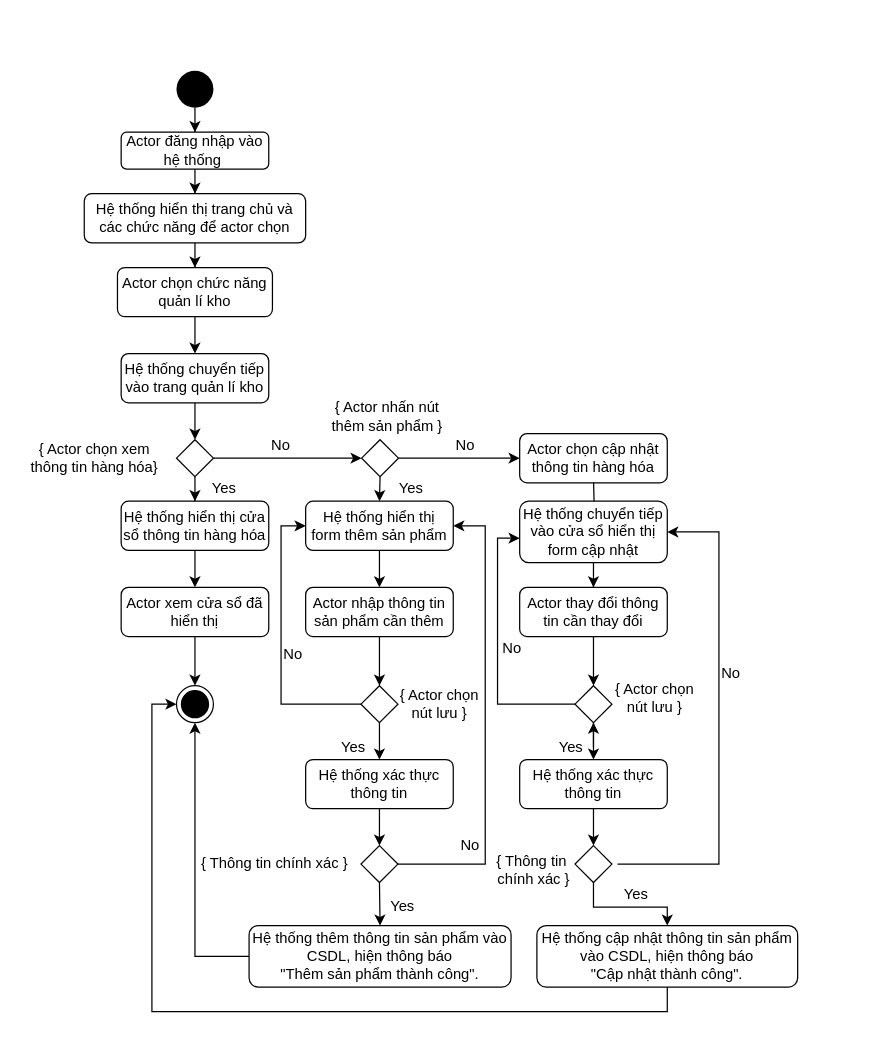
The draw.io diagram Thiết kế/Activity/Quản lí kho.drawio in CNPM-Team-1/CNPM, before the edit. Source tidied: cells renumbered, new cells numbered last; positions are measured from the earlier drawing's top-left corner, leaving out a move shared by most shapes. Both pictures are drawn from the tidied source at 123%, with x=0, y=0 at pixel (25, 70).
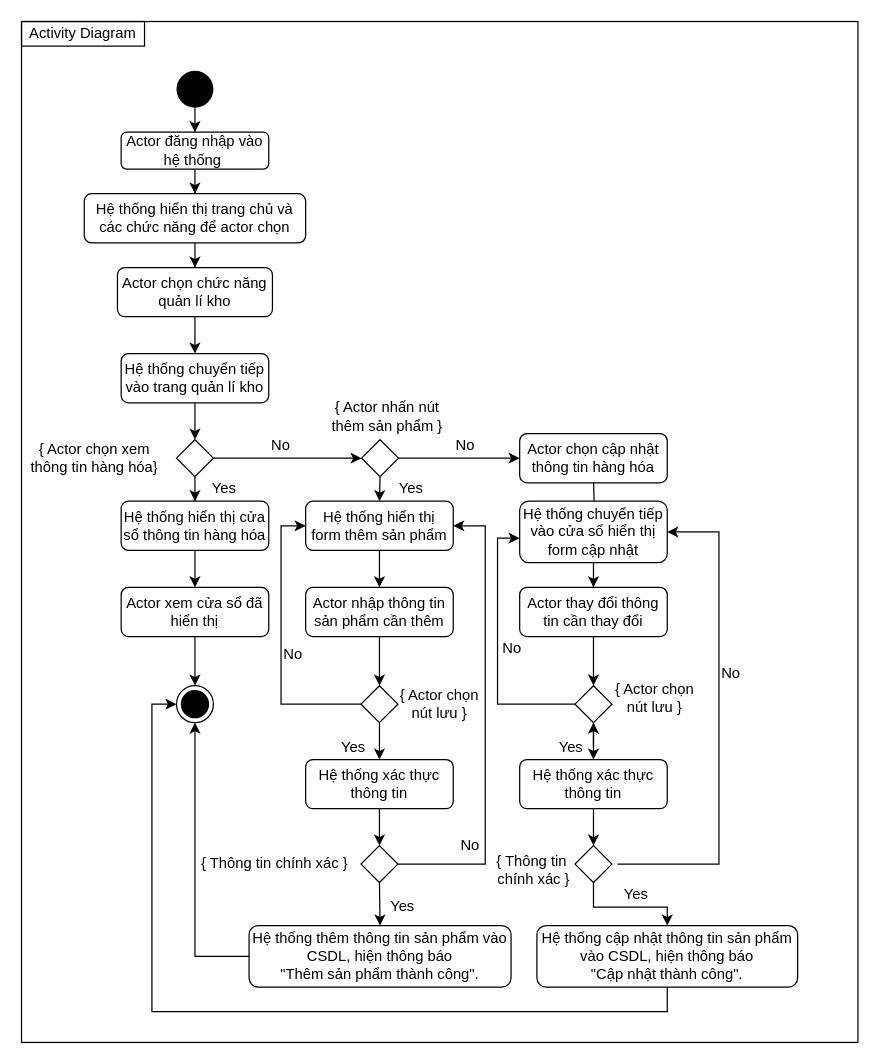
The same diagram, later.

Diff of the diagram source:
```diff
@@
+    <mxCell id="72" style="rounded=0;whiteSpace=wrap;html=1;fillColor=none;" parent="1" vertex="1">
+      <mxGeometry x="-3" y="-40" width="680" height="830" as="geometry" />
+    </mxCell>
@@
+    <mxCell id="73" value="Activity Diagram" style="rounded=0;whiteSpace=wrap;html=1;fillColor=none;" parent="1" vertex="1">
+      <mxGeometry x="-3" y="-40" width="100" height="20" as="geometry" />
+    </mxCell>
```
